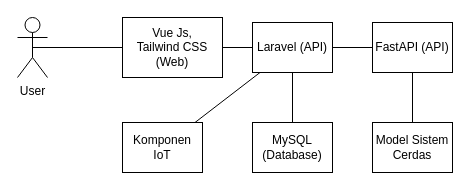
Before: docs/antarmuka.drawio in codebaradev/Simlab, a draw.io diagram. Source tidied: cells renumbered, new cells numbered last; positions are measured from the earlier drawing's top-left corner, leaving out a move shared by most shapes. Both pictures are drawn from the tidied source at 100%, with x=0, y=0 at pixel (17, 17).
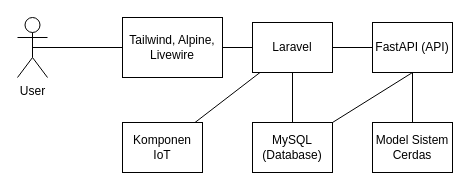
The same diagram, later.

The edit, as a diff of the source:
```diff
@@
 <mxGraphModel>
   <root>
     <mxCell id="0" />
     <mxCell id="1" parent="0" />
     <mxCell id="2" style="edgeStyle=none;html=1;exitX=0.5;exitY=0.5;exitDx=0;exitDy=0;exitPerimeter=0;entryX=0;entryY=0.5;entryDx=0;entryDy=0;endArrow=none;endFill=0;" parent="1" edge="1" source="3" target="6">
       <mxGeometry relative="1" as="geometry" />
     </mxCell>
     <mxCell id="3" value="User" style="shape=umlActor;verticalLabelPosition=bottom;verticalAlign=top;html=1;outlineConnect=0;" parent="1" vertex="1">
       <mxGeometry width="30" height="60" as="geometry" />
     </mxCell>
     <mxCell id="4" style="edgeStyle=none;html=1;exitX=1;exitY=0.5;exitDx=0;exitDy=0;entryX=0;entryY=0.5;entryDx=0;entryDy=0;endArrow=none;endFill=0;" parent="1" edge="1" source="6" target="9">
       <mxGeometry relative="1" as="geometry" />
     </mxCell>
     <mxCell id="5" style="edgeStyle=none;html=1;endArrow=none;endFill=0;" parent="1" edge="1" source="9" target="14">
       <mxGeometry relative="1" as="geometry" />
     </mxCell>
-    <mxCell id="6" value="Vue Js, &lt;br&gt;Tailwind CSS (Web)" style="rounded=0;whiteSpace=wrap;html=1;" parent="1" vertex="1">
+    <mxCell id="6" value="Tailwind, Alpine, Livewire" style="rounded=0;whiteSpace=wrap;html=1;" parent="1" vertex="1">
       <mxGeometry x="105" width="100" height="60" as="geometry" />
     </mxCell>
     <mxCell id="7" style="edgeStyle=none;html=1;exitX=0.5;exitY=1;exitDx=0;exitDy=0;entryX=0.5;entryY=0;entryDx=0;entryDy=0;endArrow=none;endFill=0;" parent="1" edge="1" source="9" target="10">
       <mxGeometry relative="1" as="geometry" />
     </mxCell>
     <mxCell id="8" style="edgeStyle=none;html=1;exitX=1;exitY=0.5;exitDx=0;exitDy=0;entryX=0;entryY=0.5;entryDx=0;entryDy=0;endArrow=none;endFill=0;" parent="1" edge="1" source="9" target="13">
       <mxGeometry relative="1" as="geometry" />
     </mxCell>
-    <mxCell id="9" value="Laravel (API)" style="rounded=0;whiteSpace=wrap;html=1;" parent="1" vertex="1">
+    <mxCell id="9" value="Laravel" style="rounded=0;whiteSpace=wrap;html=1;" parent="1" vertex="1">
       <mxGeometry x="235" y="5" width="80" height="50" as="geometry" />
     </mxCell>
     <mxCell id="10" value="MySQL (Database)" style="rounded=0;whiteSpace=wrap;html=1;" parent="1" vertex="1">
       <mxGeometry x="235" y="105" width="80" height="50" as="geometry" />
     </mxCell>
     <mxCell id="11" value="Model Sistem Cerdas" style="rounded=0;whiteSpace=wrap;html=1;" parent="1" vertex="1">
       <mxGeometry x="355" y="105" width="80" height="50" as="geometry" />
     </mxCell>
     <mxCell id="12" style="edgeStyle=none;html=1;exitX=0.5;exitY=1;exitDx=0;exitDy=0;entryX=0.5;entryY=0;entryDx=0;entryDy=0;endArrow=none;endFill=0;" parent="1" edge="1" source="13" target="11">
       <mxGeometry relative="1" as="geometry" />
     </mxCell>
+    <mxCell id="15" style="edgeStyle=none;html=1;exitX=0.5;exitY=1;exitDx=0;exitDy=0;endArrow=none;endFill=0;" parent="1" edge="1" source="13" target="10">
+      <mxGeometry relative="1" as="geometry" />
+    </mxCell>
     <mxCell id="13" value="FastAPI (API)" style="rounded=0;whiteSpace=wrap;html=1;" parent="1" vertex="1">
       <mxGeometry x="355" y="5" width="80" height="50" as="geometry" />
     </mxCell>
     <mxCell id="14" value="Komponen IoT" style="rounded=0;whiteSpace=wrap;html=1;" parent="1" vertex="1">
       <mxGeometry x="105" y="105" width="80" height="50" as="geometry" />
     </mxCell>
   </root>
 </mxGraphModel>
```
